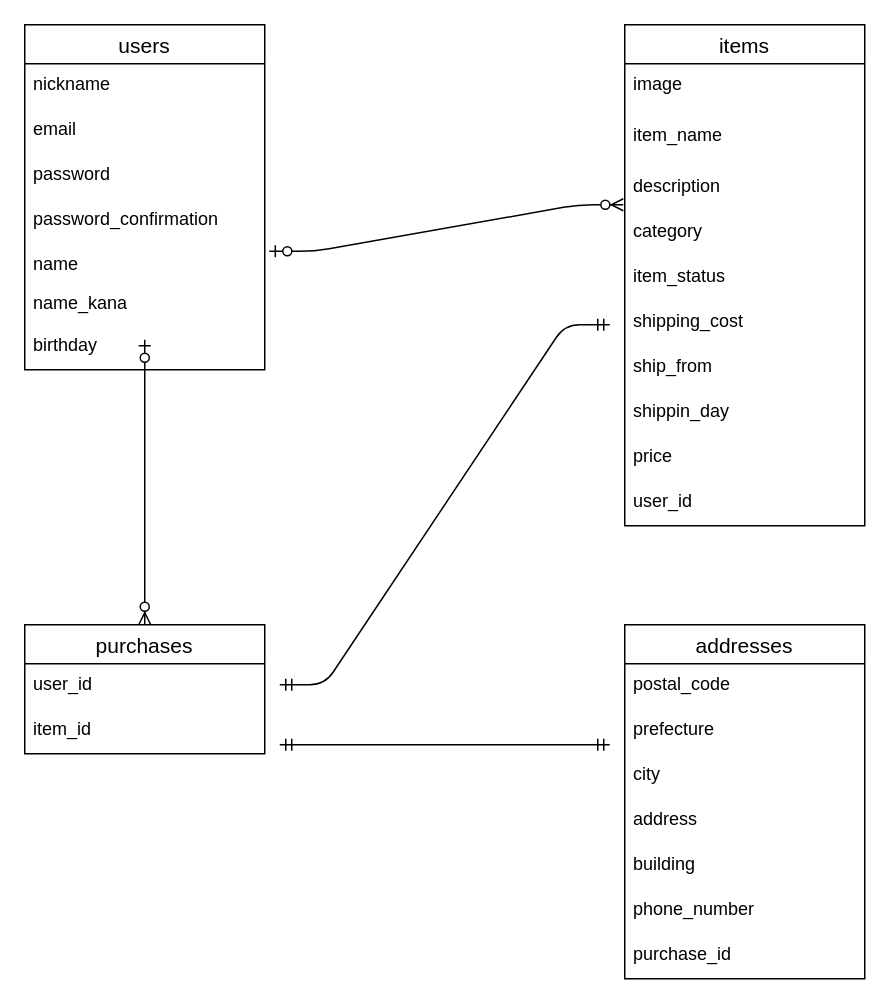
Earlier version of the draw.io diagram er.dio (ykmztn/furima-33481). Source tidied: cells renumbered, new cells numbered last; positions are measured from the earlier drawing's top-left corner, leaving out a move shared by most shapes. Both pictures are drawn from the tidied source at 150%, with x=0, y=0 at pixel (24, 24).
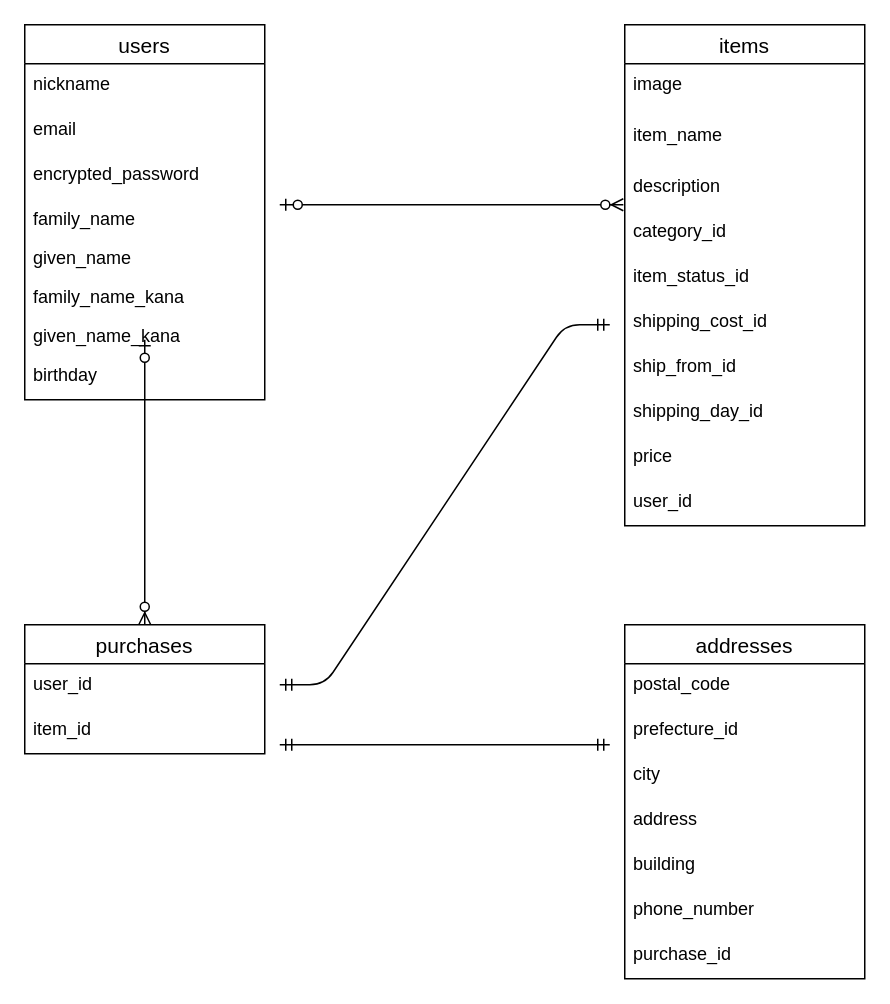
The same page after the edit.

Commit message (it also covers changes not shown here):
DB設計　カラム名変更等

The change refers to these unchanged cells:
```xml
<mxCell id="10" value="items" style="swimlane;fontStyle=0;horizontal=1;startSize=26;align=center;fontSize=14;" parent="1" vertex="1">
  <mxGeometry x="400" width="160" height="334" as="geometry" />
</mxCell>
<mxCell id="13" value="description" style="text;strokeColor=none;fillColor=none;spacingLeft=4;spacingRight=4;overflow=hidden;points=[[0,0.5],[1,0.5]];portConstraint=eastwest;fontSize=12;" parent="10" vertex="1">
  <mxGeometry y="94" width="160" height="30" as="geometry" />
</mxCell>
<mxCell id="24" value="addresses" style="swimlane;fontStyle=0;horizontal=1;startSize=26;align=center;fontSize=14;" parent="1" vertex="1">
  <mxGeometry x="400" y="400" width="160" height="236" as="geometry" />
</mxCell>
```

The edit, as a diff of the source:
```diff
@@
     <mxCell id="2" value="users" style="swimlane;fontStyle=0;horizontal=1;startSize=26;align=center;fontSize=14;" parent="1" vertex="1">
-      <mxGeometry width="160" height="230" as="geometry" />
+      <mxGeometry width="160" height="250" as="geometry" />
     </mxCell>
@@
-    <mxCell id="5" value="password" style="text;strokeColor=none;fillColor=none;spacingLeft=4;spacingRight=4;overflow=hidden;fontSize=12;" parent="2" vertex="1">
+    <mxCell id="5" value="encrypted_password" style="text;strokeColor=none;fillColor=none;spacingLeft=4;spacingRight=4;overflow=hidden;fontSize=12;" parent="2" vertex="1">
       <mxGeometry y="86" width="160" height="30" as="geometry" />
     </mxCell>
-    <mxCell id="6" value="password_confirmation" style="text;strokeColor=none;fillColor=none;spacingLeft=4;spacingRight=4;overflow=hidden;points=[[0,0.5],[1,0.5]];portConstraint=eastwest;fontSize=12;" parent="2" vertex="1">
-      <mxGeometry y="116" width="160" height="30" as="geometry" />
-    </mxCell>
+    <mxCell id="36" value="family_name" style="text;strokeColor=none;fillColor=none;spacingLeft=4;spacingRight=4;overflow=hidden;fontSize=12;" parent="2" vertex="1">
+      <mxGeometry y="116" width="160" height="26" as="geometry" />
+    </mxCell>
+    <mxCell id="37" value="given_name" style="text;strokeColor=none;fillColor=none;spacingLeft=4;spacingRight=4;overflow=hidden;fontSize=12;" parent="2" vertex="1">
+      <mxGeometry y="142" width="160" height="26" as="geometry" />
+    </mxCell>
+    <mxCell id="38" value="family_name_kana" style="text;strokeColor=none;fillColor=none;spacingLeft=4;spacingRight=4;overflow=hidden;fontSize=12;" parent="2" vertex="1">
+      <mxGeometry y="168" width="160" height="26" as="geometry" />
+    </mxCell>
-    <mxCell id="7" value="name" style="text;strokeColor=none;fillColor=none;spacingLeft=4;spacingRight=4;overflow=hidden;fontSize=12;" parent="2" vertex="1">
-      <mxGeometry y="146" width="160" height="26" as="geometry" />
+    <mxCell id="7" value="given_name_kana" style="text;strokeColor=none;fillColor=none;spacingLeft=4;spacingRight=4;overflow=hidden;fontSize=12;" parent="2" vertex="1">
+      <mxGeometry y="194" width="160" height="26" as="geometry" />
     </mxCell>
-    <mxCell id="8" value="name_kana" style="text;strokeColor=none;fillColor=none;spacingLeft=4;spacingRight=4;overflow=hidden;fontSize=12;" parent="2" vertex="1">
-      <mxGeometry y="172" width="160" height="28" as="geometry" />
-    </mxCell>
     <mxCell id="9" value="birthday" style="text;strokeColor=none;fillColor=none;spacingLeft=4;spacingRight=4;overflow=hidden;fontSize=12;" parent="2" vertex="1">
-      <mxGeometry y="200" width="160" height="30" as="geometry" />
+      <mxGeometry y="220" width="160" height="30" as="geometry" />
     </mxCell>
@@
-    <mxCell id="14" value="category" style="text;strokeColor=none;fillColor=none;spacingLeft=4;spacingRight=4;overflow=hidden;fontSize=12;" parent="10" vertex="1">
+    <mxCell id="14" value="category_id" style="text;strokeColor=none;fillColor=none;spacingLeft=4;spacingRight=4;overflow=hidden;fontSize=12;" parent="10" vertex="1">
       <mxGeometry y="124" width="160" height="30" as="geometry" />
     </mxCell>
-    <mxCell id="15" value="item_status" style="text;strokeColor=none;fillColor=none;spacingLeft=4;spacingRight=4;overflow=hidden;fontSize=12;" parent="10" vertex="1">
+    <mxCell id="15" value="item_status_id" style="text;strokeColor=none;fillColor=none;spacingLeft=4;spacingRight=4;overflow=hidden;fontSize=12;" parent="10" vertex="1">
       <mxGeometry y="154" width="160" height="30" as="geometry" />
     </mxCell>
-    <mxCell id="16" value="shipping_cost" style="text;strokeColor=none;fillColor=none;spacingLeft=4;spacingRight=4;overflow=hidden;fontSize=12;" parent="10" vertex="1">
+    <mxCell id="16" value="shipping_cost_id" style="text;strokeColor=none;fillColor=none;spacingLeft=4;spacingRight=4;overflow=hidden;fontSize=12;" parent="10" vertex="1">
       <mxGeometry y="184" width="160" height="30" as="geometry" />
     </mxCell>
-    <mxCell id="17" value="ship_from&#10;" style="text;strokeColor=none;fillColor=none;spacingLeft=4;spacingRight=4;overflow=hidden;fontSize=12;" parent="10" vertex="1">
+    <mxCell id="17" value="ship_from_id" style="text;strokeColor=none;fillColor=none;spacingLeft=4;spacingRight=4;overflow=hidden;fontSize=12;" parent="10" vertex="1">
       <mxGeometry y="214" width="160" height="30" as="geometry" />
     </mxCell>
-    <mxCell id="18" value="shippin_day" style="text;strokeColor=none;fillColor=none;spacingLeft=4;spacingRight=4;overflow=hidden;fontSize=12;" parent="10" vertex="1">
+    <mxCell id="18" value="shipping_day_id" style="text;strokeColor=none;fillColor=none;spacingLeft=4;spacingRight=4;overflow=hidden;fontSize=12;" parent="10" vertex="1">
       <mxGeometry y="244" width="160" height="30" as="geometry" />
     </mxCell>
@@
-    <mxCell id="26" value="prefecture" style="text;strokeColor=none;fillColor=none;spacingLeft=4;spacingRight=4;overflow=hidden;fontSize=12;" parent="24" vertex="1">
+    <mxCell id="26" value="prefecture_id" style="text;strokeColor=none;fillColor=none;spacingLeft=4;spacingRight=4;overflow=hidden;fontSize=12;" parent="24" vertex="1">
       <mxGeometry y="56" width="160" height="30" as="geometry" />
     </mxCell>
@@
-    <mxCell id="32" style="edgeStyle=entityRelationEdgeStyle;fontSize=12;html=1;endArrow=ERzeroToMany;startArrow=ERzeroToOne;exitX=1.019;exitY=1.167;exitDx=0;exitDy=0;exitPerimeter=0;entryX=-0.006;entryY=0.867;entryDx=0;entryDy=0;entryPerimeter=0;" parent="1" edge="1" source="6" target="13">
-      <mxGeometry relative="1" as="geometry" />
+    <mxCell id="32" style="edgeStyle=entityRelationEdgeStyle;fontSize=12;html=1;endArrow=ERzeroToMany;startArrow=ERzeroToOne;entryX=-0.006;entryY=0.867;entryDx=0;entryDy=0;entryPerimeter=0;" parent="1" edge="1" target="13">
+      <mxGeometry relative="1" as="geometry">
+        <mxPoint x="170" y="120" as="sourcePoint" />
+      </mxGeometry>
     </mxCell>
```
